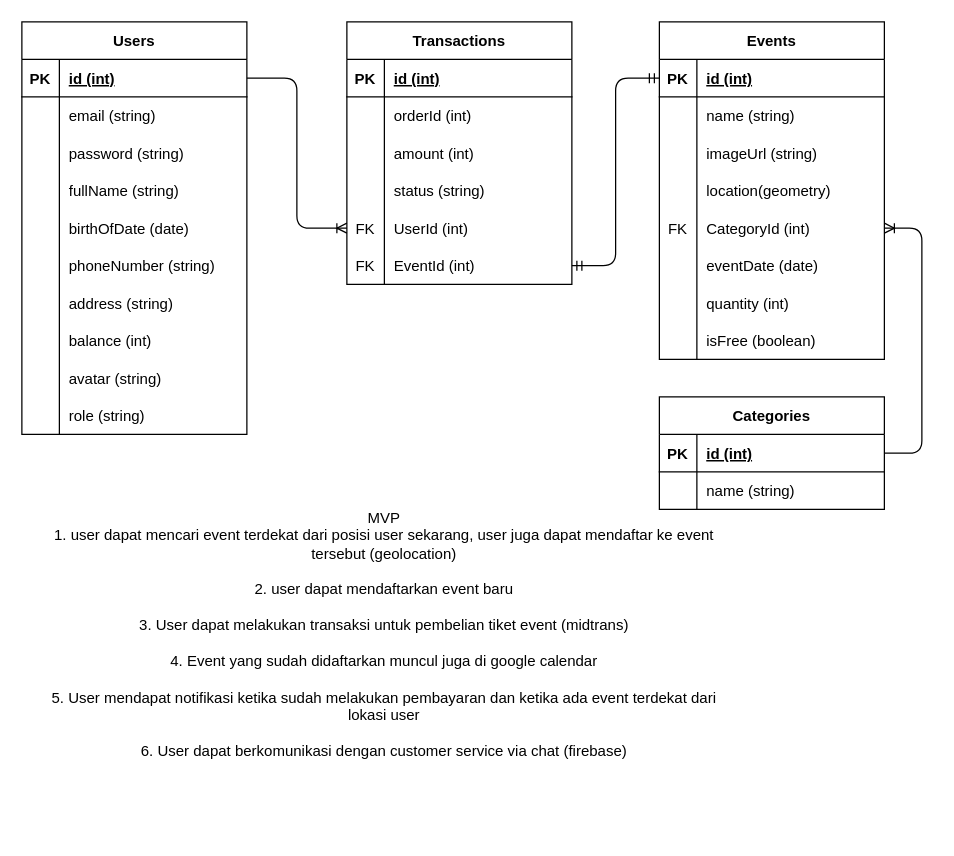
HCK71-FP-Event/server keeps this draw.io diagram as db-schema.drawio. Above is the earlier version. Source tidied: cells renumbered, new cells numbered last; positions are measured from the earlier drawing's top-left corner, leaving out a move shared by most shapes. Both pictures are drawn from the tidied source at 125%, with x=0, y=0 at pixel (21, 21).
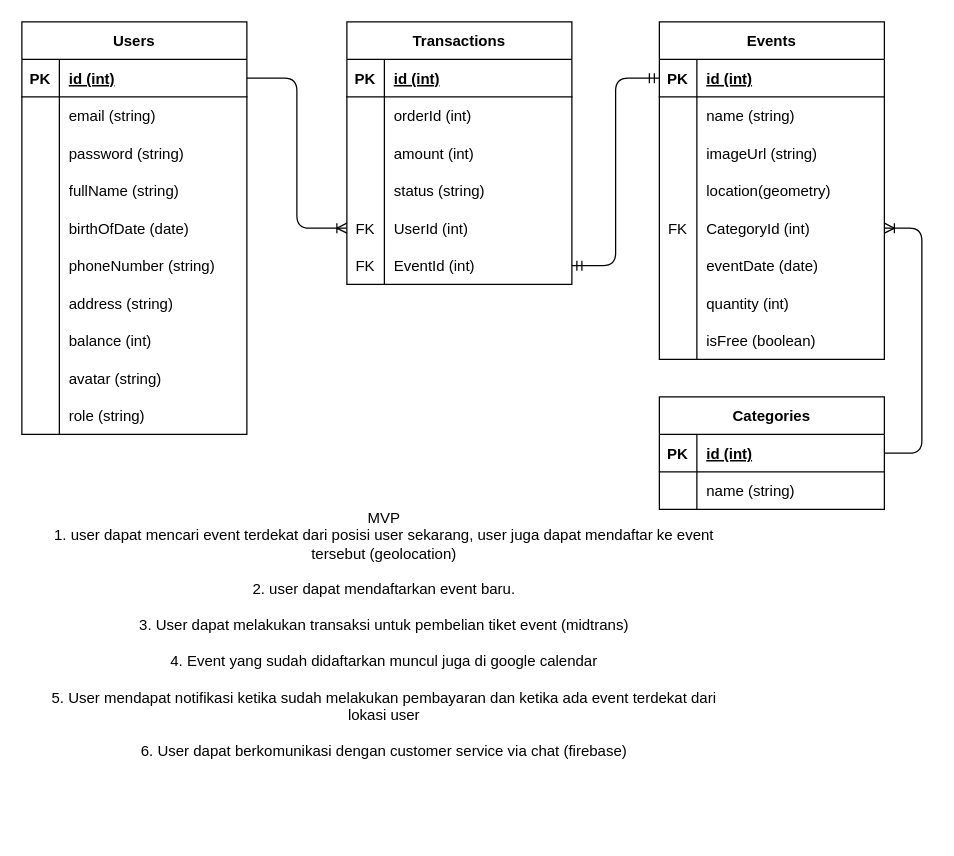
Above is the later version.

What changed in the source:
```diff
@@
-    <mxCell id="87" value="MVP&lt;br&gt;1.&amp;nbsp;&lt;span style=&quot;text-align: left; background-color: initial;&quot;&gt;user dapat mencari event terdekat dari posisi user sekarang, user juga dapat mendaftar ke event tersebut (geolocation)&lt;br&gt;&lt;br&gt;2.&amp;nbsp;&lt;/span&gt;&lt;span style=&quot;text-align: left; background-color: initial;&quot;&gt;user dapat mendaftarkan event baru&lt;br&gt;&lt;br&gt;3. User dapat melakukan transaksi untuk pembelian tiket event (midtrans)&lt;br&gt;&lt;br&gt;4. Event yang sudah didaftarkan muncul juga di google calendar&lt;br&gt;&lt;br&gt;5. User mendapat notifikasi ketika sudah melakukan pembayaran dan ketika ada event terdekat dari lokasi user&lt;br&gt;&lt;br&gt;6. User dapat berkomunikasi dengan customer service via chat (firebase)&lt;br&gt;&lt;/span&gt;" style="text;strokeColor=none;align=center;fillColor=none;html=1;verticalAlign=middle;whiteSpace=wrap;rounded=0;" parent="1" vertex="1">
+    <mxCell id="87" value="MVP&lt;br&gt;1.&amp;nbsp;&lt;span style=&quot;text-align: left; background-color: initial;&quot;&gt;user dapat mencari event terdekat dari posisi user sekarang, user juga dapat mendaftar ke event tersebut (geolocation)&lt;br&gt;&lt;br&gt;2.&amp;nbsp;&lt;/span&gt;&lt;span style=&quot;text-align: left; background-color: initial;&quot;&gt;user dapat mendaftarkan event baru.&lt;br&gt;&lt;br&gt;3. User dapat melakukan transaksi untuk pembelian tiket event (midtrans)&lt;br&gt;&lt;br&gt;4. Event yang sudah didaftarkan muncul juga di google calendar&lt;br&gt;&lt;br&gt;5. User mendapat notifikasi ketika sudah melakukan pembayaran dan ketika ada event terdekat dari lokasi user&lt;br&gt;&lt;br&gt;6. User dapat berkomunikasi dengan customer service via chat (firebase)&lt;br&gt;&lt;/span&gt;" style="text;strokeColor=none;align=center;fillColor=none;html=1;verticalAlign=middle;whiteSpace=wrap;rounded=0;" parent="1" vertex="1">
       <mxGeometry x="20" y="330" width="540" height="320" as="geometry" />
     </mxCell>
```
